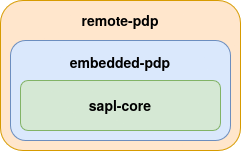
heutelbeck/sapl-rust keeps this draw.io diagram as assets/structure.png. Above is the earlier version. Source tidied: cells renumbered, new cells last; positions are measured from the earlier drawing's top-left corner, leaving out a move shared by most shapes. Source of this version:
```xml
<mxGraphModel>
  <root>
    <mxCell id="0" />
    <mxCell id="1" parent="0" />
    <mxCell id="2" style="rounded=1;whiteSpace=wrap;html=1;fillColor=#ffe6cc;strokeColor=#d79b00;" parent="1" vertex="1">
      <mxGeometry width="240" height="150" as="geometry" />
    </mxCell>
    <mxCell id="3" value="remote-pdp" style="text;html=1;align=center;verticalAlign=middle;whiteSpace=wrap;rounded=0;fontSize=14;fontStyle=1;" parent="1" vertex="1">
      <mxGeometry x="40" y="5" width="160" height="30" as="geometry" />
    </mxCell>
    <mxCell id="4" style="rounded=1;whiteSpace=wrap;html=1;fillColor=#dae8fc;strokeColor=#6c8ebf;" parent="1" vertex="1">
      <mxGeometry x="10" y="40" width="220" height="100" as="geometry" />
    </mxCell>
    <mxCell id="5" value="embedded-pdp" style="text;html=1;align=center;verticalAlign=middle;whiteSpace=wrap;rounded=0;fontSize=14;fontStyle=1;" parent="1" vertex="1">
      <mxGeometry x="40" y="47" width="160" height="30" as="geometry" />
    </mxCell>
    <mxCell id="6" style="rounded=1;whiteSpace=wrap;html=1;fillColor=#d5e8d4;strokeColor=#82b366;" parent="1" vertex="1">
      <mxGeometry x="20" y="80" width="200" height="50" as="geometry" />
    </mxCell>
    <mxCell id="7" value="sapl-core" style="text;html=1;align=center;verticalAlign=middle;whiteSpace=wrap;rounded=0;fontSize=14;fontStyle=1;" parent="1" vertex="1">
      <mxGeometry x="40" y="90" width="160" height="30" as="geometry" />
    </mxCell>
  </root>
</mxGraphModel>
```
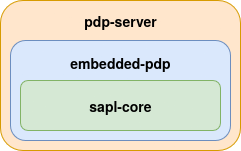
Later version of the same file.

Commit message:
rename crate remote-pdp -> pdp-server

The edit, as a diff of the source:
```diff
@@ -5,7 +5,7 @@
     <mxCell id="2" style="rounded=1;whiteSpace=wrap;html=1;fillColor=#ffe6cc;strokeColor=#d79b00;" parent="1" vertex="1">
       <mxGeometry width="240" height="150" as="geometry" />
     </mxCell>
-    <mxCell id="3" value="remote-pdp" style="text;html=1;align=center;verticalAlign=middle;whiteSpace=wrap;rounded=0;fontSize=14;fontStyle=1;" parent="1" vertex="1">
+    <mxCell id="3" value="pdp-server" style="text;html=1;align=center;verticalAlign=middle;whiteSpace=wrap;rounded=0;fontSize=14;fontStyle=1;" parent="1" vertex="1">
       <mxGeometry x="40" y="5" width="160" height="30" as="geometry" />
     </mxCell>
     <mxCell id="4" style="rounded=1;whiteSpace=wrap;html=1;fillColor=#dae8fc;strokeColor=#6c8ebf;" parent="1" vertex="1">
```
